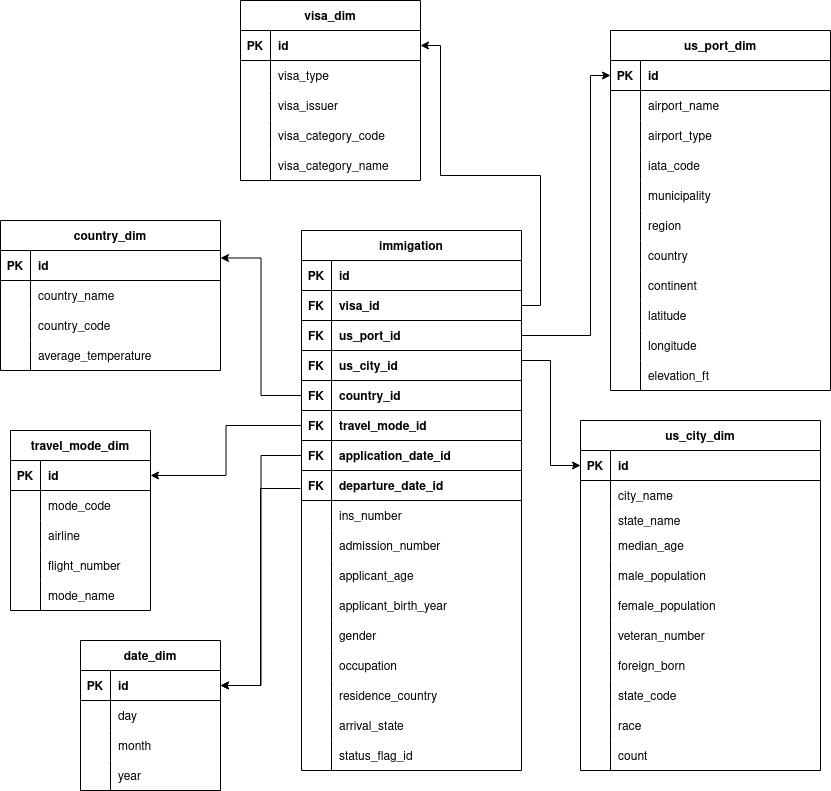
This is assets/datawarehouse_design.png from trantuanngoc/us_immigration_data_engineering, a draw.io export, as it was before one commit. Source tidied: cells renumbered, new cells last; positions are measured from the earlier drawing's top-left corner, leaving out a move shared by most shapes.
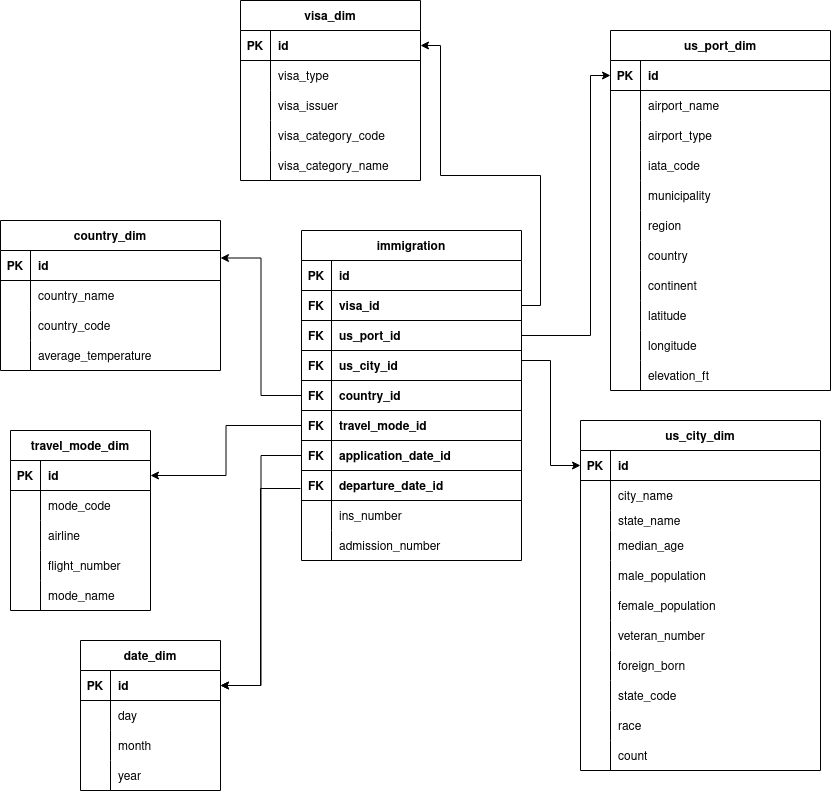
Later version of the same file.

The edit, as a diff of the source:
```diff
@@ -41,8 +41,8 @@
     <mxCell id="14" value="year" style="shape=partialRectangle;overflow=hidden;fillColor=none;align=left;strokeColor=inherit;top=0;left=0;bottom=0;right=0;spacingLeft=6;fontStyle=0;" parent="12" vertex="1">
       <mxGeometry x="30" width="110" height="30" as="geometry" />
     </mxCell>
-    <mxCell id="15" value="immigation" style="shape=table;startSize=30;rowLines=0;fontStyle=1;align=center;" parent="1" vertex="1">
-      <mxGeometry x="301" y="230" width="220" height="540" as="geometry" />
+    <mxCell id="15" value="immigration" style="shape=table;startSize=30;rowLines=0;fontStyle=1;align=center;" parent="1" vertex="1">
+      <mxGeometry x="301" y="230" width="220" height="330" as="geometry" />
     </mxCell>
     <mxCell id="16" style="shape=tableRow;horizontal=0;startSize=0;swimlaneHead=0;swimlaneBody=0;fillColor=none;strokeColor=inherit;top=0;left=0;right=0;bottom=1;fontStyle=0;" parent="15" vertex="1">
       <mxGeometry y="30" width="220" height="30" as="geometry" />
@@ -134,69 +134,6 @@
     <mxCell id="45" value="admission_number" style="shape=partialRectangle;overflow=hidden;fillColor=none;align=left;strokeColor=inherit;top=0;left=0;bottom=0;right=0;spacingLeft=6;fontStyle=0;" parent="43" vertex="1">
       <mxGeometry x="30" width="190" height="30" as="geometry" />
     </mxCell>
-    <mxCell id="46" style="shape=tableRow;horizontal=0;startSize=0;swimlaneHead=0;swimlaneBody=0;fillColor=none;strokeColor=inherit;top=0;left=0;right=0;bottom=0;fontStyle=0;" parent="15" vertex="1">
-      <mxGeometry y="330" width="220" height="30" as="geometry" />
-    </mxCell>
-    <mxCell id="47" style="shape=partialRectangle;overflow=hidden;fillColor=none;strokeColor=inherit;top=0;left=0;bottom=0;right=0;fontStyle=0;" parent="46" vertex="1">
-      <mxGeometry width="30" height="30" as="geometry" />
-    </mxCell>
-    <mxCell id="48" value="applicant_age" style="shape=partialRectangle;overflow=hidden;fillColor=none;align=left;strokeColor=inherit;top=0;left=0;bottom=0;right=0;spacingLeft=6;fontStyle=0;" parent="46" vertex="1">
-      <mxGeometry x="30" width="190" height="30" as="geometry" />
-    </mxCell>
-    <mxCell id="49" style="shape=tableRow;horizontal=0;startSize=0;swimlaneHead=0;swimlaneBody=0;fillColor=none;strokeColor=inherit;top=0;left=0;right=0;bottom=0;fontStyle=0;" parent="15" vertex="1">
-      <mxGeometry y="360" width="220" height="30" as="geometry" />
-    </mxCell>
-    <mxCell id="50" style="shape=partialRectangle;overflow=hidden;fillColor=none;strokeColor=inherit;top=0;left=0;bottom=0;right=0;fontStyle=0;" parent="49" vertex="1">
-      <mxGeometry width="30" height="30" as="geometry" />
-    </mxCell>
-    <mxCell id="51" value="applicant_birth_year" style="shape=partialRectangle;overflow=hidden;fillColor=none;align=left;strokeColor=inherit;top=0;left=0;bottom=0;right=0;spacingLeft=6;fontStyle=0;" parent="49" vertex="1">
-      <mxGeometry x="30" width="190" height="30" as="geometry" />
-    </mxCell>
-    <mxCell id="52" style="shape=tableRow;horizontal=0;startSize=0;swimlaneHead=0;swimlaneBody=0;fillColor=none;strokeColor=inherit;top=0;left=0;right=0;bottom=0;fontStyle=0;" parent="15" vertex="1">
-      <mxGeometry y="390" width="220" height="30" as="geometry" />
-    </mxCell>
-    <mxCell id="53" style="shape=partialRectangle;overflow=hidden;fillColor=none;strokeColor=inherit;top=0;left=0;bottom=0;right=0;fontStyle=0;" parent="52" vertex="1">
-      <mxGeometry width="30" height="30" as="geometry" />
-    </mxCell>
-    <mxCell id="54" value="gender" style="shape=partialRectangle;overflow=hidden;fillColor=none;align=left;strokeColor=inherit;top=0;left=0;bottom=0;right=0;spacingLeft=6;fontStyle=0;" parent="52" vertex="1">
-      <mxGeometry x="30" width="190" height="30" as="geometry" />
-    </mxCell>
-    <mxCell id="55" style="shape=tableRow;horizontal=0;startSize=0;swimlaneHead=0;swimlaneBody=0;fillColor=none;strokeColor=inherit;top=0;left=0;right=0;bottom=0;fontStyle=0;" parent="15" vertex="1">
-      <mxGeometry y="420" width="220" height="30" as="geometry" />
-    </mxCell>
-    <mxCell id="56" style="shape=partialRectangle;overflow=hidden;fillColor=none;strokeColor=inherit;top=0;left=0;bottom=0;right=0;fontStyle=0;" parent="55" vertex="1">
-      <mxGeometry width="30" height="30" as="geometry" />
-    </mxCell>
-    <mxCell id="57" value="occupation" style="shape=partialRectangle;overflow=hidden;fillColor=none;align=left;strokeColor=inherit;top=0;left=0;bottom=0;right=0;spacingLeft=6;fontStyle=0;" parent="55" vertex="1">
-      <mxGeometry x="30" width="190" height="30" as="geometry" />
-    </mxCell>
-    <mxCell id="58" style="shape=tableRow;horizontal=0;startSize=0;swimlaneHead=0;swimlaneBody=0;fillColor=none;strokeColor=inherit;top=0;left=0;right=0;bottom=0;fontStyle=0;" parent="15" vertex="1">
-      <mxGeometry y="450" width="220" height="30" as="geometry" />
-    </mxCell>
-    <mxCell id="59" style="shape=partialRectangle;overflow=hidden;fillColor=none;strokeColor=inherit;top=0;left=0;bottom=0;right=0;fontStyle=0;" parent="58" vertex="1">
-      <mxGeometry width="30" height="30" as="geometry" />
-    </mxCell>
-    <mxCell id="60" value="residence_country" style="shape=partialRectangle;overflow=hidden;fillColor=none;align=left;strokeColor=inherit;top=0;left=0;bottom=0;right=0;spacingLeft=6;fontStyle=0;" parent="58" vertex="1">
-      <mxGeometry x="30" width="190" height="30" as="geometry" />
-    </mxCell>
-    <mxCell id="61" style="shape=tableRow;horizontal=0;startSize=0;swimlaneHead=0;swimlaneBody=0;fillColor=none;strokeColor=inherit;top=0;left=0;right=0;bottom=0;fontStyle=0;" parent="15" vertex="1">
-      <mxGeometry y="480" width="220" height="30" as="geometry" />
-    </mxCell>
-    <mxCell id="62" style="shape=partialRectangle;overflow=hidden;fillColor=none;strokeColor=inherit;top=0;left=0;bottom=0;right=0;fontStyle=0;" parent="61" vertex="1">
-      <mxGeometry width="30" height="30" as="geometry" />
-    </mxCell>
-    <mxCell id="63" value="arrival_state" style="shape=partialRectangle;overflow=hidden;fillColor=none;align=left;strokeColor=inherit;top=0;left=0;bottom=0;right=0;spacingLeft=6;fontStyle=0;" parent="61" vertex="1">
-      <mxGeometry x="30" width="190" height="30" as="geometry" />
-    </mxCell>
-    <mxCell id="64" style="shape=tableRow;horizontal=0;startSize=0;swimlaneHead=0;swimlaneBody=0;fillColor=none;strokeColor=inherit;top=0;left=0;right=0;bottom=0;fontStyle=0;" parent="15" vertex="1">
-      <mxGeometry y="510" width="220" height="30" as="geometry" />
-    </mxCell>
-    <mxCell id="65" style="shape=partialRectangle;overflow=hidden;fillColor=none;strokeColor=inherit;top=0;left=0;bottom=0;right=0;fontStyle=0;" parent="64" vertex="1">
-      <mxGeometry width="30" height="30" as="geometry" />
-    </mxCell>
-    <mxCell id="66" value="status_flag_id" style="shape=partialRectangle;overflow=hidden;fillColor=none;align=left;strokeColor=inherit;top=0;left=0;bottom=0;right=0;spacingLeft=6;fontStyle=0;" parent="64" vertex="1">
-      <mxGeometry x="30" width="190" height="30" as="geometry" />
-    </mxCell>
     <mxCell id="67" value="visa_dim" style="shape=table;startSize=30;rowLines=0;fontStyle=1;align=center;" parent="1" vertex="1">
       <mxGeometry x="240" width="180" height="180" as="geometry" />
     </mxCell>
```
